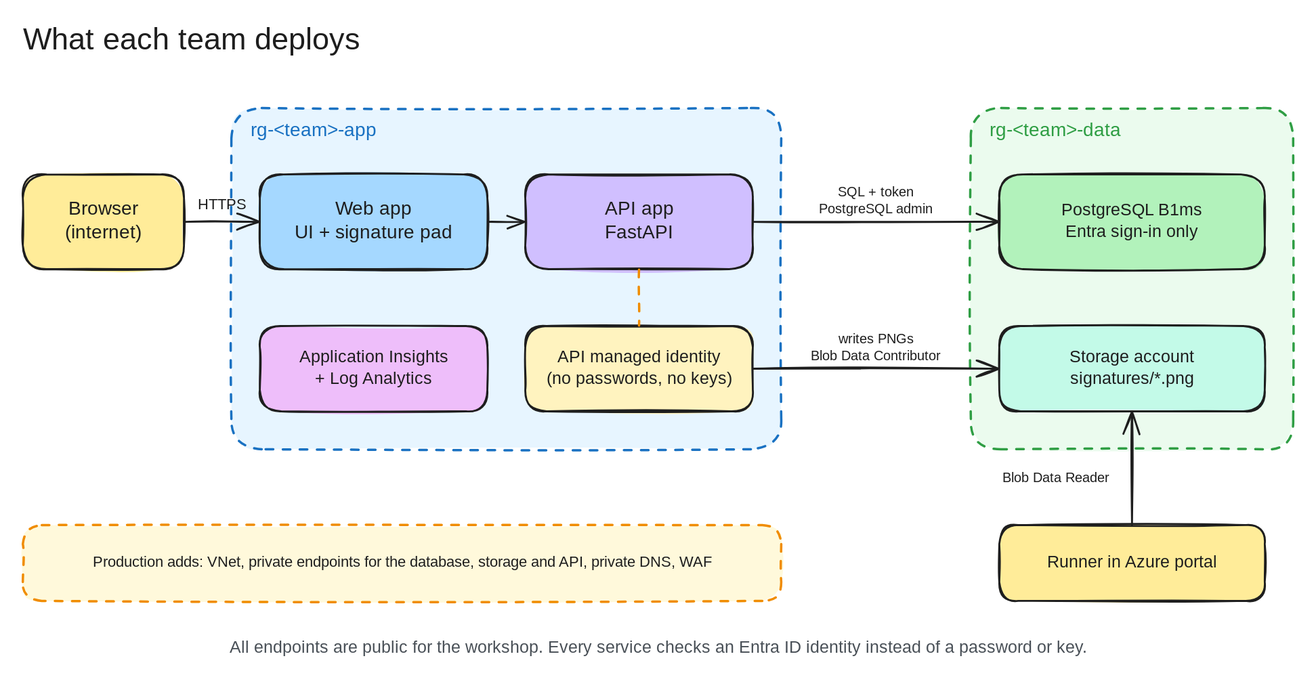
The Excalidraw diagram docs/diagrams/architecture.excalidraw.svg in lenvolk/guard-timekeeping, before a commit. Source tidied: one line per element, renumbered; positions are measured from the earlier drawing's top-left corner, leaving out a move shared by most shapes.
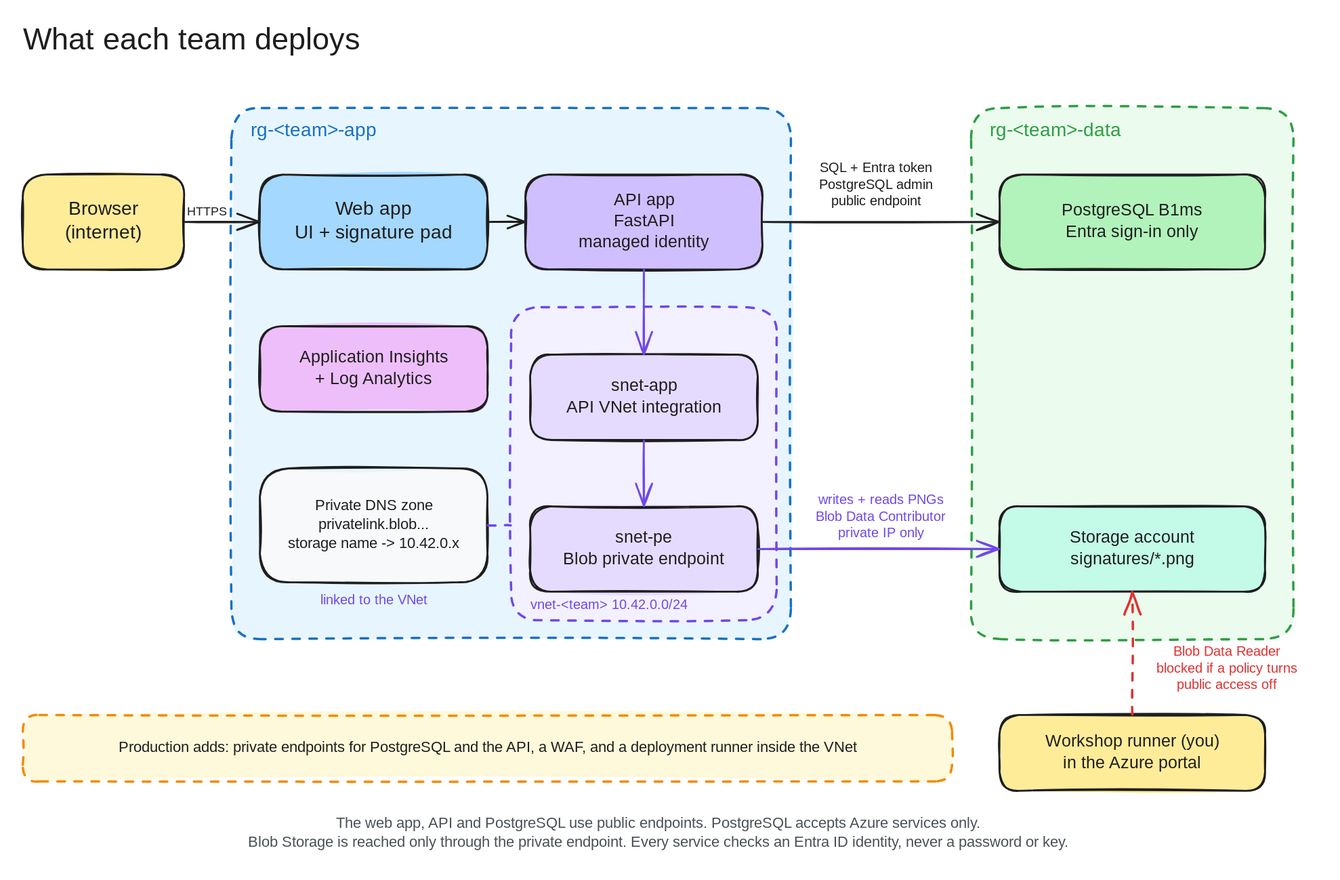
After the commit.

Change to the diagram source:
```diff
@@ -1,39 +1,49 @@
 {"id": 0, "type": "text", "text": "What each team deploys", "strokeColor": "#1e1e1e", "strokeWidth": 2, "roughness": 1, "fontSize": 32, "fontFamily": 5, "x": 0, "y": 0, "width": 348, "height": 40}
 {"id": 1, "type": "rectangle", "strokeColor": "#1e1e1e", "backgroundColor": "#ffec99", "fillStyle": "solid", "strokeWidth": 2, "roughness": 1, "round": true, "x": 0, "y": 160, "width": 170, "height": 100}
-{"id": 2, "type": "rectangle", "strokeColor": "#1971c2", "backgroundColor": "#e7f5ff", "fillStyle": "solid", "strokeWidth": 2, "strokeStyle": "dashed", "roughness": 1, "round": true, "x": 220, "y": 90, "width": 580, "height": 360}
+{"id": 2, "type": "rectangle", "strokeColor": "#1971c2", "backgroundColor": "#e7f5ff", "fillStyle": "solid", "strokeWidth": 2, "strokeStyle": "dashed", "roughness": 1, "round": true, "x": 220, "y": 90, "width": 590, "height": 560}
 {"id": 3, "type": "text", "text": "rg-<team>-app", "strokeColor": "#1971c2", "strokeWidth": 2, "roughness": 1, "fontSize": 20, "fontFamily": 5, "x": 240, "y": 102, "width": 140, "height": 25}
 {"id": 4, "type": "rectangle", "strokeColor": "#1e1e1e", "backgroundColor": "#a5d8ff", "fillStyle": "solid", "strokeWidth": 2, "roughness": 1, "round": true, "x": 250, "y": 160, "width": 240, "height": 100}
-{"id": 5, "type": "rectangle", "strokeColor": "#1e1e1e", "backgroundColor": "#d0bfff", "fillStyle": "solid", "strokeWidth": 2, "roughness": 1, "round": true, "x": 530, "y": 160, "width": 240, "height": 100}
+{"id": 5, "type": "rectangle", "strokeColor": "#1e1e1e", "backgroundColor": "#d0bfff", "fillStyle": "solid", "strokeWidth": 2, "roughness": 1, "round": true, "x": 530, "y": 160, "width": 250, "height": 100}
 {"id": 6, "type": "rectangle", "strokeColor": "#1e1e1e", "backgroundColor": "#eebefa", "fillStyle": "solid", "strokeWidth": 2, "roughness": 1, "round": true, "x": 250, "y": 320, "width": 240, "height": 90}
-{"id": 7, "type": "rectangle", "strokeColor": "#1e1e1e", "backgroundColor": "#fff3bf", "fillStyle": "solid", "strokeWidth": 2, "roughness": 1, "round": true, "x": 530, "y": 320, "width": 240, "height": 90}
+{"id": 39, "type": "rectangle", "strokeColor": "#1e1e1e", "backgroundColor": "#f8f9fa", "fillStyle": "solid", "strokeWidth": 2, "roughness": 1, "round": true, "x": 250, "y": 470, "width": 240, "height": 120}
+{"id": 40, "type": "rectangle", "strokeColor": "#7048e8", "backgroundColor": "#f3f0ff", "fillStyle": "solid", "strokeWidth": 2, "strokeStyle": "dashed", "roughness": 1, "round": true, "x": 515, "y": 300, "width": 280, "height": 330}
+{"id": 41, "type": "text", "text": "vnet-<team> 10.42.0.0/24", "strokeColor": "#7048e8", "strokeWidth": 2, "roughness": 1, "fontSize": 14, "fontFamily": 5, "x": 535, "y": 606, "width": 161, "height": 18}
+{"id": 42, "type": "rectangle", "strokeColor": "#1e1e1e", "backgroundColor": "#e5dbff", "fillStyle": "solid", "strokeWidth": 2, "roughness": 1, "round": true, "x": 535, "y": 350, "width": 240, "height": 90}
+{"id": 43, "type": "rectangle", "strokeColor": "#1e1e1e", "backgroundColor": "#e5dbff", "fillStyle": "solid", "strokeWidth": 2, "roughness": 1, "round": true, "x": 535, "y": 510, "width": 240, "height": 90}
+{"id": 44, "type": "arrow", "strokeColor": "#7048e8", "strokeWidth": 2, "strokeStyle": "dashed", "roughness": 1, "x": 490, "y": 530, "width": 24, "height": 0, "points": [[0, 0], [24, 0]]}
+{"id": 45, "type": "rectangle", "strokeColor": "transparent", "strokeWidth": 2, "roughness": 1, "x": 250, "y": 596, "width": 240, "height": 28}
-{"id": 8, "type": "rectangle", "strokeColor": "#2f9e44", "backgroundColor": "#ebfbee", "fillStyle": "solid", "strokeWidth": 2, "strokeStyle": "dashed", "roughness": 1, "round": true, "x": 1000, "y": 90, "width": 340, "height": 360}
+{"id": 8, "type": "rectangle", "strokeColor": "#2f9e44", "backgroundColor": "#ebfbee", "fillStyle": "solid", "strokeWidth": 2, "strokeStyle": "dashed", "roughness": 1, "round": true, "x": 1000, "y": 90, "width": 340, "height": 560}
 {"id": 9, "type": "text", "text": "rg-<team>-data", "strokeColor": "#2f9e44", "strokeWidth": 2, "roughness": 1, "fontSize": 20, "fontFamily": 5, "x": 1020, "y": 102, "width": 145, "height": 25}
 {"id": 10, "type": "rectangle", "strokeColor": "#1e1e1e", "backgroundColor": "#b2f2bb", "fillStyle": "solid", "strokeWidth": 2, "roughness": 1, "round": true, "x": 1030, "y": 160, "width": 280, "height": 100}
-{"id": 11, "type": "rectangle", "strokeColor": "#1e1e1e", "backgroundColor": "#c3fae8", "fillStyle": "solid", "strokeWidth": 2, "roughness": 1, "round": true, "x": 1030, "y": 320, "width": 280, "height": 90}
+{"id": 11, "type": "rectangle", "strokeColor": "#1e1e1e", "backgroundColor": "#c3fae8", "fillStyle": "solid", "strokeWidth": 2, "roughness": 1, "round": true, "x": 1030, "y": 510, "width": 280, "height": 90}
 {"id": 12, "type": "arrow", "strokeColor": "#1e1e1e", "strokeWidth": 2, "roughness": 1, "endArrowhead": "arrow", "x": 170, "y": 210, "width": 79, "height": 0, "points": [[0, 0], [79, 0]]}
-{"id": 13, "type": "rectangle", "strokeColor": "transparent", "strokeWidth": 2, "roughness": 1, "x": 170, "y": 178, "width": 80, "height": 30}
+{"id": 13, "type": "rectangle", "strokeColor": "transparent", "strokeWidth": 2, "roughness": 1, "x": 170, "y": 186, "width": 48, "height": 27}
 {"id": 14, "type": "arrow", "strokeColor": "#1e1e1e", "strokeWidth": 2, "roughness": 1, "endArrowhead": "arrow", "x": 490, "y": 210, "width": 39, "height": 0, "points": [[0, 0], [39, 0]]}
-{"id": 15, "type": "arrow", "strokeColor": "#f08c00", "strokeWidth": 2, "strokeStyle": "dashed", "roughness": 1, "x": 650, "y": 260, "width": 0, "height": 59, "points": [[0, 0], [0, 59]]}
+{"id": 46, "type": "arrow", "strokeColor": "#7048e8", "strokeWidth": 2, "roughness": 1, "endArrowhead": "arrow", "x": 655, "y": 260, "width": 0, "height": 89, "points": [[0, 0], [0, 89]]}
+{"id": 47, "type": "arrow", "strokeColor": "#7048e8", "strokeWidth": 2, "roughness": 1, "endArrowhead": "arrow", "x": 655, "y": 440, "width": 0, "height": 69, "points": [[0, 0], [0, 69]]}
-{"id": 16, "type": "arrow", "strokeColor": "#1e1e1e", "strokeWidth": 2, "roughness": 1, "endArrowhead": "arrow", "x": 770, "y": 210, "width": 259, "height": 0, "points": [[0, 0], [259, 0]]}
+{"id": 16, "type": "arrow", "strokeColor": "#1e1e1e", "strokeWidth": 2, "roughness": 1, "endArrowhead": "arrow", "x": 780, "y": 210, "width": 249, "height": 0, "points": [[0, 0], [249, 0]]}
-{"id": 17, "type": "rectangle", "strokeColor": "transparent", "strokeWidth": 2, "roughness": 1, "x": 790, "y": 166, "width": 220, "height": 45}
+{"id": 17, "type": "rectangle", "strokeColor": "transparent", "strokeWidth": 2, "roughness": 1, "x": 810, "y": 140, "width": 180, "height": 63}
-{"id": 18, "type": "arrow", "strokeColor": "#1e1e1e", "strokeWidth": 2, "roughness": 1, "endArrowhead": "arrow", "x": 770, "y": 365, "width": 259, "height": 0, "points": [[0, 0], [259, 0]]}
+{"id": 18, "type": "arrow", "strokeColor": "#7048e8", "strokeWidth": 2, "roughness": 1, "endArrowhead": "arrow", "x": 776, "y": 555, "width": 254, "height": 0, "points": [[0, 0], [254, 0]]}
-{"id": 19, "type": "rectangle", "strokeColor": "transparent", "strokeWidth": 2, "roughness": 1, "x": 790, "y": 321, "width": 220, "height": 45}
+{"id": 19, "type": "rectangle", "strokeColor": "transparent", "strokeWidth": 2, "roughness": 1, "x": 800, "y": 490, "width": 210, "height": 63}
-{"id": 20, "type": "rectangle", "strokeColor": "#1e1e1e", "backgroundColor": "#ffec99", "fillStyle": "solid", "strokeWidth": 2, "roughness": 1, "round": true, "x": 1030, "y": 530, "width": 280, "height": 80}
+{"id": 20, "type": "rectangle", "strokeColor": "#1e1e1e", "backgroundColor": "#ffec99", "fillStyle": "solid", "strokeWidth": 2, "roughness": 1, "round": true, "x": 1030, "y": 730, "width": 280, "height": 80}
-{"id": 21, "type": "arrow", "strokeColor": "#1e1e1e", "strokeWidth": 2, "roughness": 1, "endArrowhead": "arrow", "x": 1170, "y": 530, "width": 0, "height": 119, "points": [[0, 0], [0, -119]]}
+{"id": 21, "type": "arrow", "strokeColor": "#e03131", "strokeWidth": 2, "strokeStyle": "dashed", "roughness": 1, "endArrowhead": "arrow", "x": 1170, "y": 730, "width": 0, "height": 129, "points": [[0, 0], [0, -129]]}
-{"id": 22, "type": "rectangle", "strokeColor": "transparent", "strokeWidth": 2, "roughness": 1, "x": 1020, "y": 466, "width": 140, "height": 30}
+{"id": 22, "type": "rectangle", "strokeColor": "transparent", "strokeWidth": 2, "roughness": 1, "x": 1175, "y": 650, "width": 190, "height": 63}
-{"id": 23, "type": "rectangle", "strokeColor": "#f08c00", "backgroundColor": "#fff9db", "fillStyle": "solid", "strokeWidth": 2, "strokeStyle": "dashed", "roughness": 1, "round": true, "x": 0, "y": 530, "width": 800, "height": 80}
+{"id": 23, "type": "rectangle", "strokeColor": "#f08c00", "backgroundColor": "#fff9db", "fillStyle": "solid", "strokeWidth": 2, "strokeStyle": "dashed", "roughness": 1, "round": true, "x": 0, "y": 730, "width": 980, "height": 70}
-{"id": 24, "type": "rectangle", "strokeColor": "transparent", "strokeWidth": 2, "roughness": 1, "x": 0, "y": 640, "width": 1340, "height": 40}
+{"id": 24, "type": "rectangle", "strokeColor": "transparent", "strokeWidth": 2, "roughness": 1, "x": 0, "y": 830, "width": 1340, "height": 50}
 {"id": 25, "type": "text", "text": "Browser\n(internet)", "strokeColor": "#1e1e1e", "strokeWidth": 2, "roughness": 1, "fontSize": 20, "fontFamily": 5, "textAlign": "center", "verticalAlign": "middle", "inside": 1, "x": 45, "y": 185, "width": 81, "height": 50}
 {"id": 26, "type": "text", "text": "Web app\nUI + signature pad", "strokeColor": "#1e1e1e", "strokeWidth": 2, "roughness": 1, "fontSize": 20, "fontFamily": 5, "textAlign": "center", "verticalAlign": "middle", "inside": 4, "x": 288, "y": 185, "width": 164, "height": 50}
-{"id": 27, "type": "text", "text": "API app\nFastAPI", "strokeColor": "#1e1e1e", "strokeWidth": 2, "roughness": 1, "fontSize": 20, "fontFamily": 5, "textAlign": "center", "verticalAlign": "middle", "inside": 5, "x": 616, "y": 185, "width": 69, "height": 50}
+{"id": 48, "type": "text", "text": "API app\nFastAPI\nmanaged identity", "strokeColor": "#1e1e1e", "strokeWidth": 2, "roughness": 1, "fontSize": 18, "fontFamily": 5, "textAlign": "center", "verticalAlign": "middle", "inside": 5, "x": 585, "y": 176, "width": 139, "height": 68}
 {"id": 28, "type": "text", "text": "Application Insights\n+ Log Analytics", "strokeColor": "#1e1e1e", "strokeWidth": 2, "roughness": 1, "fontSize": 18, "fontFamily": 5, "textAlign": "center", "verticalAlign": "middle", "inside": 6, "x": 292, "y": 342, "width": 157, "height": 45}
-{"id": 29, "type": "text", "text": "API managed identity\n(no passwords, no keys)", "strokeColor": "#1e1e1e", "strokeWidth": 2, "roughness": 1, "fontSize": 18, "fontFamily": 5, "textAlign": "center", "verticalAlign": "middle", "inside": 7, "x": 556, "y": 342, "width": 188, "height": 45}
+{"id": 49, "type": "text", "text": "Private DNS zone\nprivatelink.blob...\nstorage name -> 10.42.0.x", "strokeColor": "#1e1e1e", "strokeWidth": 2, "roughness": 1, "fontSize": 16, "fontFamily": 5, "textAlign": "center", "verticalAlign": "middle", "inside": 39, "x": 278, "y": 500, "width": 184, "height": 60}
+{"id": 50, "type": "text", "text": "snet-app\nAPI VNet integration", "strokeColor": "#1e1e1e", "strokeWidth": 2, "roughness": 1, "fontSize": 18, "fontFamily": 5, "textAlign": "center", "verticalAlign": "middle", "inside": 42, "x": 573, "y": 372, "width": 164, "height": 45}
+{"id": 51, "type": "text", "text": "snet-pe\nBlob private endpoint", "strokeColor": "#1e1e1e", "strokeWidth": 2, "roughness": 1, "fontSize": 18, "fontFamily": 5, "textAlign": "center", "verticalAlign": "middle", "inside": 43, "x": 569, "y": 532, "width": 172, "height": 45}
+{"id": 52, "type": "text", "text": "linked to the VNet", "strokeColor": "#7048e8", "strokeWidth": 2, "roughness": 1, "fontSize": 14, "fontFamily": 5, "textAlign": "center", "verticalAlign": "middle", "inside": 45, "x": 314, "y": 601, "width": 113, "height": 18}
 {"id": 30, "type": "text", "text": "PostgreSQL B1ms\nEntra sign-in only", "strokeColor": "#1e1e1e", "strokeWidth": 2, "roughness": 1, "fontSize": 18, "fontFamily": 5, "textAlign": "center", "verticalAlign": "middle", "inside": 10, "x": 1100, "y": 188, "width": 139, "height": 45}
-{"id": 31, "type": "text", "text": "Storage account\nsignatures/*.png", "strokeColor": "#1e1e1e", "strokeWidth": 2, "roughness": 1, "fontSize": 18, "fontFamily": 5, "textAlign": "center", "verticalAlign": "middle", "inside": 11, "x": 1104, "y": 342, "width": 131, "height": 45}
+{"id": 31, "type": "text", "text": "Storage account\nsignatures/*.png", "strokeColor": "#1e1e1e", "strokeWidth": 2, "roughness": 1, "fontSize": 18, "fontFamily": 5, "textAlign": "center", "verticalAlign": "middle", "inside": 11, "x": 1104, "y": 532, "width": 131, "height": 45}
-{"id": 32, "type": "text", "text": "HTTPS", "strokeColor": "#1e1e1e", "strokeWidth": 2, "roughness": 1, "fontSize": 16, "fontFamily": 5, "textAlign": "center", "verticalAlign": "middle", "inside": 13, "x": 187, "y": 183, "width": 46, "height": 20}
+{"id": 32, "type": "text", "text": "HTTPS", "strokeColor": "#1e1e1e", "strokeWidth": 2, "roughness": 1, "fontSize": 13, "fontFamily": 5, "textAlign": "center", "verticalAlign": "middle", "inside": 13, "x": 175, "y": 191, "width": 37, "height": 16}
-{"id": 33, "type": "text", "text": "SQL + token\nPostgreSQL admin", "strokeColor": "#1e1e1e", "strokeWidth": 2, "roughness": 1, "fontSize": 14, "fontFamily": 5, "textAlign": "center", "verticalAlign": "middle", "inside": 17, "x": 843, "y": 171, "width": 114, "height": 35}
-{"id": 34, "type": "text", "text": "writes PNGs\nBlob Data Contributor", "strokeColor": "#1e1e1e", "strokeWidth": 2, "roughness": 1, "fontSize": 14, "fontFamily": 5, "textAlign": "center", "verticalAlign": "middle", "inside": 19, "x": 832, "y": 326, "width": 136, "height": 35}
-{"id": 35, "type": "text", "text": "Runner in Azure portal", "strokeColor": "#1e1e1e", "strokeWidth": 2, "roughness": 1, "fontSize": 18, "fontFamily": 5, "textAlign": "center", "verticalAlign": "middle", "inside": 20, "x": 1080, "y": 559, "width": 179, "height": 22}
-{"id": 36, "type": "text", "text": "Blob Data Reader", "strokeColor": "#1e1e1e", "strokeWidth": 2, "roughness": 1, "fontSize": 14, "fontFamily": 5, "textAlign": "center", "verticalAlign": "middle", "inside": 22, "x": 1036, "y": 472, "width": 107, "height": 18}
-{"id": 37, "type": "text", "text": "Production adds: VNet, private endpoints for the database, storage and API, private DNS, WAF", "strokeColor": "#1e1e1e", "strokeWidth": 2, "roughness": 1, "fontSize": 16, "fontFamily": 5, "textAlign": "center", "verticalAlign": "middle", "inside": 23, "x": 69, "y": 560, "width": 662, "height": 20}
-{"id": 38, "type": "text", "text": "All endpoints are public for the workshop. Every service checks an Entra ID identity instead of a password or key.", "strokeColor": "#495057", "strokeWidth": 2, "roughness": 1, "fontSize": 18, "fontFamily": 5, "textAlign": "center", "verticalAlign": "middle", "inside": 24, "x": 226, "y": 649, "width": 887, "height": 22}
+{"id": 53, "type": "text", "text": "SQL + Entra token\nPostgreSQL admin\npublic endpoint", "strokeColor": "#1e1e1e", "strokeWidth": 2, "roughness": 1, "fontSize": 14, "fontFamily": 5, "textAlign": "center", "verticalAlign": "middle", "inside": 17, "x": 843, "y": 145, "width": 114, "height": 52}
+{"id": 54, "type": "text", "text": "writes + reads PNGs\nBlob Data Contributor\nprivate IP only", "strokeColor": "#7048e8", "strokeWidth": 2, "roughness": 1, "fontSize": 14, "fontFamily": 5, "textAlign": "center", "verticalAlign": "middle", "inside": 19, "x": 837, "y": 495, "width": 136, "height": 52}
+{"id": 55, "type": "text", "text": "Workshop runner (you)\nin the Azure portal", "strokeColor": "#1e1e1e", "strokeWidth": 2, "roughness": 1, "fontSize": 18, "fontFamily": 5, "textAlign": "center", "verticalAlign": "middle", "inside": 20, "x": 1078, "y": 748, "width": 184, "height": 45}
+{"id": 56, "type": "text", "text": "Blob Data Reader\nblocked if a policy turns\npublic access off", "strokeColor": "#e03131", "strokeWidth": 2, "roughness": 1, "fontSize": 14, "fontFamily": 5, "textAlign": "center", "verticalAlign": "middle", "inside": 22, "x": 1197, "y": 655, "width": 147, "height": 52}
+{"id": 57, "type": "text", "text": "Production adds: private endpoints for PostgreSQL and the API, a WAF, and a deployment runner inside the VNet", "strokeColor": "#1e1e1e", "strokeWidth": 2, "roughness": 1, "fontSize": 16, "fontFamily": 5, "textAlign": "center", "verticalAlign": "middle", "inside": 23, "x": 93, "y": 755, "width": 794, "height": 20}
+{"id": 58, "type": "text", "text": "The web app, API and PostgreSQL use public endpoints. PostgreSQL accepts Azure services only.\nBlob Storage is reached only through the private endpoint. Every service checks an Entra ID identity, never a password or key.", "strokeColor": "#495057", "strokeWidth": 2, "roughness": 1, "fontSize": 16, "fontFamily": 5, "textAlign": "center", "verticalAlign": "middle", "inside": 24, "x": 231, "y": 835, "width": 879, "height": 40}
```
